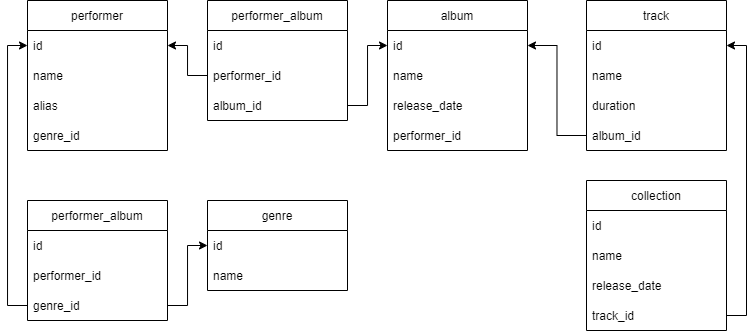
Fmndkn/SQL_task keeps this draw.io diagram as visual_scheme_base_v2.png. Above is the earlier version. Source tidied: cells renumbered, new cells last; positions are measured from the earlier drawing's top-left corner, leaving out a move shared by most shapes.
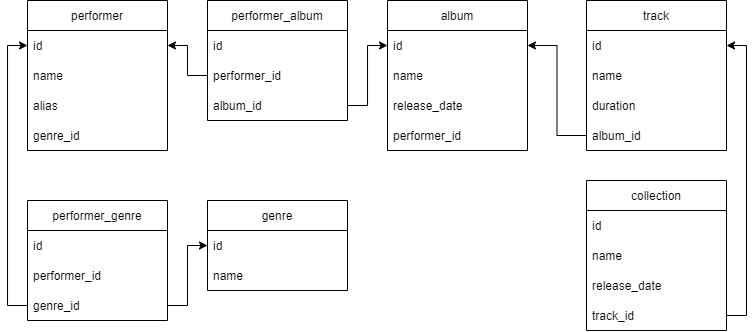
After the commit.

Change to the diagram source:
```diff
@@ -100,7 +100,7 @@
         </Array>
       </mxGeometry>
     </mxCell>
-    <mxCell id="33" value="performer_album" style="swimlane;fontStyle=0;horizontal=1;startSize=30;" parent="1" vertex="1">
+    <mxCell id="33" value="performer_genre" style="swimlane;fontStyle=0;horizontal=1;startSize=30;" parent="1" vertex="1">
       <mxGeometry y="200" width="140" height="120" as="geometry" />
     </mxCell>
     <mxCell id="34" value="id" style="text;strokeColor=none;fillColor=none;align=left;verticalAlign=middle;spacingLeft=4;spacingRight=4;overflow=hidden;" parent="33" vertex="1">
```
